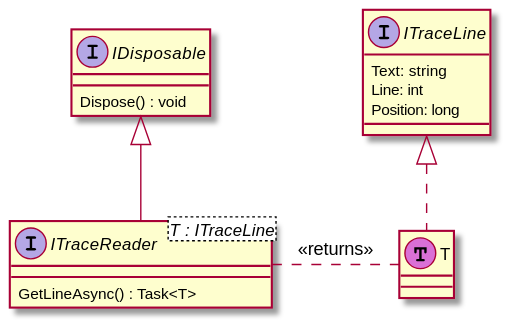
The PlantUML diagram docs/out/diagrams/ITraceReader/ITraceReader.svg in jcurl/RJCP.DLL.Log, before a commit. Its diagram source:
```plantuml
@startuml ITraceReader
interface IDisposable {
    Dispose() : void
}

interface ITraceReader<T : ITraceLine> {
    GetLineAsync() : Task<T>
}

interface ITraceLine {
    Text: string
    Line: int
    Position: long
}

class T <<(T,orchid)>>

IDisposable <|-- ITraceReader
ITraceReader . T : <<returns>>
ITraceLine <|.. T
@enduml
```
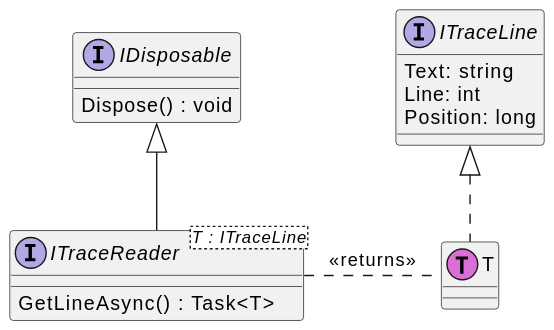
Later version of the same file.

Diff of the diagram source:
```diff
@@ -1,4 +1,4 @@
-@startuml ITraceReader
+@startuml
 interface IDisposable {
     Dispose() : void
 }
```
